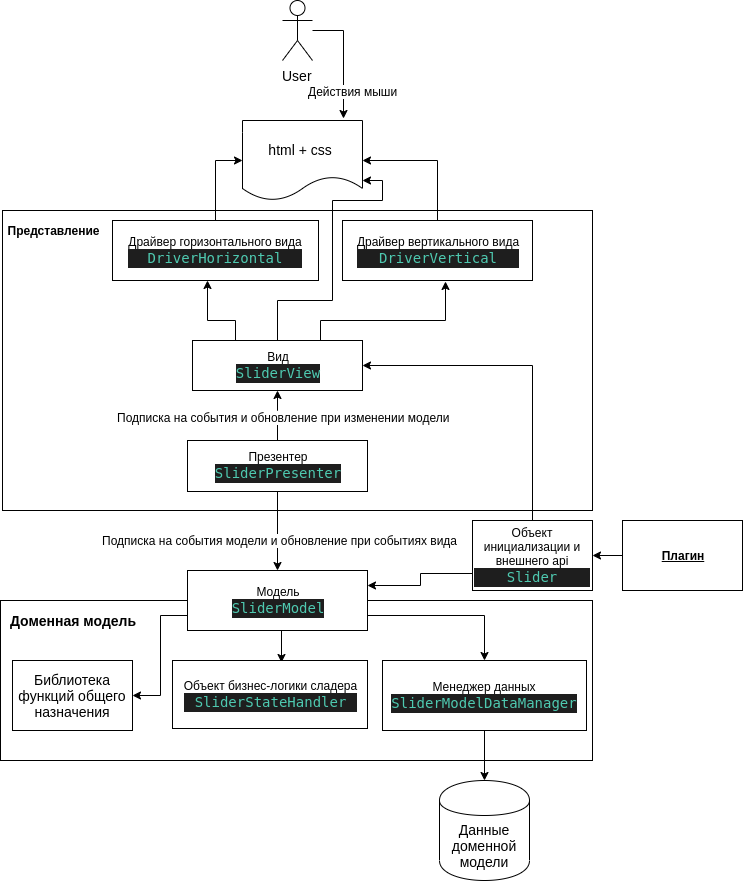
Before: docs/uml.png, a diagram exported from draw.io (SergeyVN94/slider). Source tidied: cells renumbered, new cells last; positions are measured from the earlier drawing's top-left corner, leaving out a move shared by most shapes.
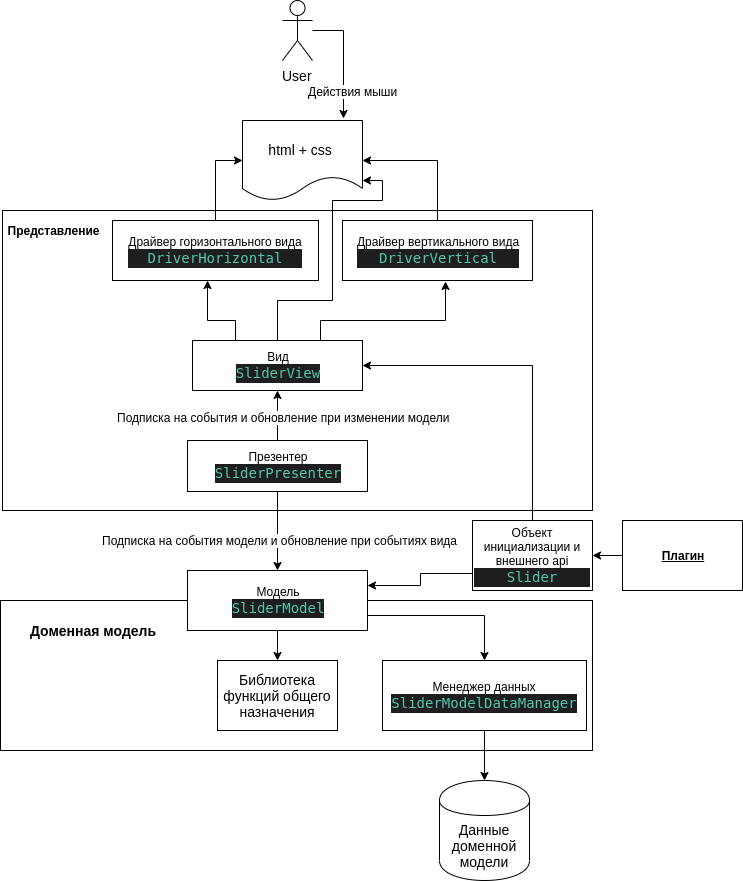
The same file after the commit.

What changed in the source:
```diff
@@ -3,10 +3,10 @@
     <mxCell id="0" />
     <mxCell id="1" parent="0" />
     <mxCell id="2" style="rounded=0;whiteSpace=wrap;html=1;" parent="1" vertex="1">
-      <mxGeometry y="600" width="592" height="160" as="geometry" />
+      <mxGeometry y="600" width="592" height="150" as="geometry" />
     </mxCell>
     <mxCell id="3" value="Доменная модель" style="text;html=1;strokeColor=none;fillColor=none;align=center;verticalAlign=middle;whiteSpace=wrap;rounded=0;fontSize=14;fontStyle=1;" parent="1" vertex="1">
-      <mxGeometry x="2" y="600" width="140" height="40" as="geometry" />
+      <mxGeometry x="22" y="610" width="140" height="40" as="geometry" />
     </mxCell>
     <mxCell id="4" style="edgeStyle=orthogonalEdgeStyle;rounded=0;jettySize=auto;html=1;exitX=0.5;exitY=1;exitDx=0;exitDy=0;" parent="1" edge="1" source="5" target="25">
       <mxGeometry relative="1" as="geometry" />
@@ -14,13 +14,10 @@
     <mxCell id="5" value="Менеджер данных&lt;br&gt;&lt;div style=&quot;color: rgb(212 , 212 , 212) ; background-color: rgb(30 , 30 , 30) ; font-family: &amp;#34;droid sans mono&amp;#34; , monospace , monospace , &amp;#34;droid sans fallback&amp;#34; ; font-size: 14px ; line-height: 19px ; white-space: pre&quot;&gt;&lt;span style=&quot;color: #4ec9b0&quot;&gt;SliderModelDataManager&lt;/span&gt;&lt;/div&gt;" style="rounded=0;whiteSpace=wrap;html=1;" parent="1" vertex="1">
       <mxGeometry x="382" y="660" width="204" height="70" as="geometry" />
     </mxCell>
-    <mxCell id="6" style="edgeStyle=orthogonalEdgeStyle;rounded=0;jettySize=auto;html=1;exitX=0.5;exitY=1;exitDx=0;exitDy=0;entryX=0.559;entryY=0.029;entryDx=0;entryDy=0;entryPerimeter=0;" parent="1" edge="1" source="9" target="30">
-      <mxGeometry relative="1" as="geometry" />
-    </mxCell>
     <mxCell id="7" style="edgeStyle=orthogonalEdgeStyle;rounded=0;jettySize=auto;html=1;exitX=1;exitY=0.75;exitDx=0;exitDy=0;entryX=0.5;entryY=0;entryDx=0;entryDy=0;" parent="1" edge="1" source="9" target="5">
       <mxGeometry relative="1" as="geometry" />
     </mxCell>
-    <mxCell id="8" style="edgeStyle=orthogonalEdgeStyle;rounded=0;jettySize=auto;html=1;exitX=0;exitY=0.75;exitDx=0;exitDy=0;entryX=1;entryY=0.5;entryDx=0;entryDy=0;" parent="1" edge="1" source="9" target="24">
+    <mxCell id="8" style="edgeStyle=orthogonalEdgeStyle;rounded=0;jettySize=auto;html=1;exitX=0.5;exitY=1;exitDx=0;exitDy=0;entryX=0.5;entryY=0;entryDx=0;entryDy=0;" parent="1" edge="1" source="9" target="24">
       <mxGeometry relative="1" as="geometry" />
     </mxCell>
     <mxCell id="9" value="Модель&lt;br&gt;&lt;div style=&quot;color: rgb(212 , 212 , 212) ; background-color: rgb(30 , 30 , 30) ; font-family: &amp;#34;droid sans mono&amp;#34; , monospace , monospace , &amp;#34;droid sans fallback&amp;#34; ; font-size: 14px ; line-height: 19px ; white-space: pre&quot;&gt;&lt;span style=&quot;color: #4ec9b0&quot;&gt;SliderModel&lt;/span&gt;&lt;/div&gt;" style="rounded=0;whiteSpace=wrap;html=1;" parent="1" vertex="1">
@@ -94,7 +91,7 @@
       <mxGeometry x="342" y="220" width="190" height="60" as="geometry" />
     </mxCell>
     <mxCell id="24" value="Библиотека функций общего назначения" style="rounded=0;whiteSpace=wrap;html=1;fontSize=14;" parent="1" vertex="1">
-      <mxGeometry x="12" y="660" width="120" height="70" as="geometry" />
+      <mxGeometry x="217" y="660" width="120" height="70" as="geometry" />
     </mxCell>
     <mxCell id="25" value="Данные доменной модели" style="shape=cylinder;whiteSpace=wrap;html=1;boundedLbl=1;backgroundOutline=1;fontSize=14;" parent="1" vertex="1">
       <mxGeometry x="439" y="780" width="90" height="100" as="geometry" />
@@ -118,9 +115,6 @@
     <mxCell id="29" value="User" style="shape=umlActor;verticalLabelPosition=bottom;labelBackgroundColor=#ffffff;verticalAlign=top;html=1;fontSize=14;" parent="1" vertex="1">
       <mxGeometry x="282" width="30" height="60" as="geometry" />
     </mxCell>
-    <mxCell id="30" value="Объект бизнес-логики сладера&lt;br&gt;&lt;div style=&quot;color: rgb(212 , 212 , 212) ; background-color: rgb(30 , 30 , 30) ; font-family: &amp;#34;droid sans mono&amp;#34; , monospace , monospace , &amp;#34;droid sans fallback&amp;#34; ; font-size: 14px ; line-height: 19px ; white-space: pre&quot;&gt;&lt;span style=&quot;color: #4ec9b0&quot;&gt;SliderStateHandler&lt;/span&gt;&lt;/div&gt;" style="rounded=0;whiteSpace=wrap;html=1;" parent="1" vertex="1">
-      <mxGeometry x="172" y="660" width="195" height="68" as="geometry" />
-    </mxCell>
     <mxCell id="31" value="&lt;b&gt;Представление&lt;/b&gt;" style="text;html=1;strokeColor=none;fillColor=none;align=center;verticalAlign=middle;whiteSpace=wrap;rounded=0;" parent="1" vertex="1">
       <mxGeometry x="32" y="220" width="40" height="20" as="geometry" />
     </mxCell>
```
